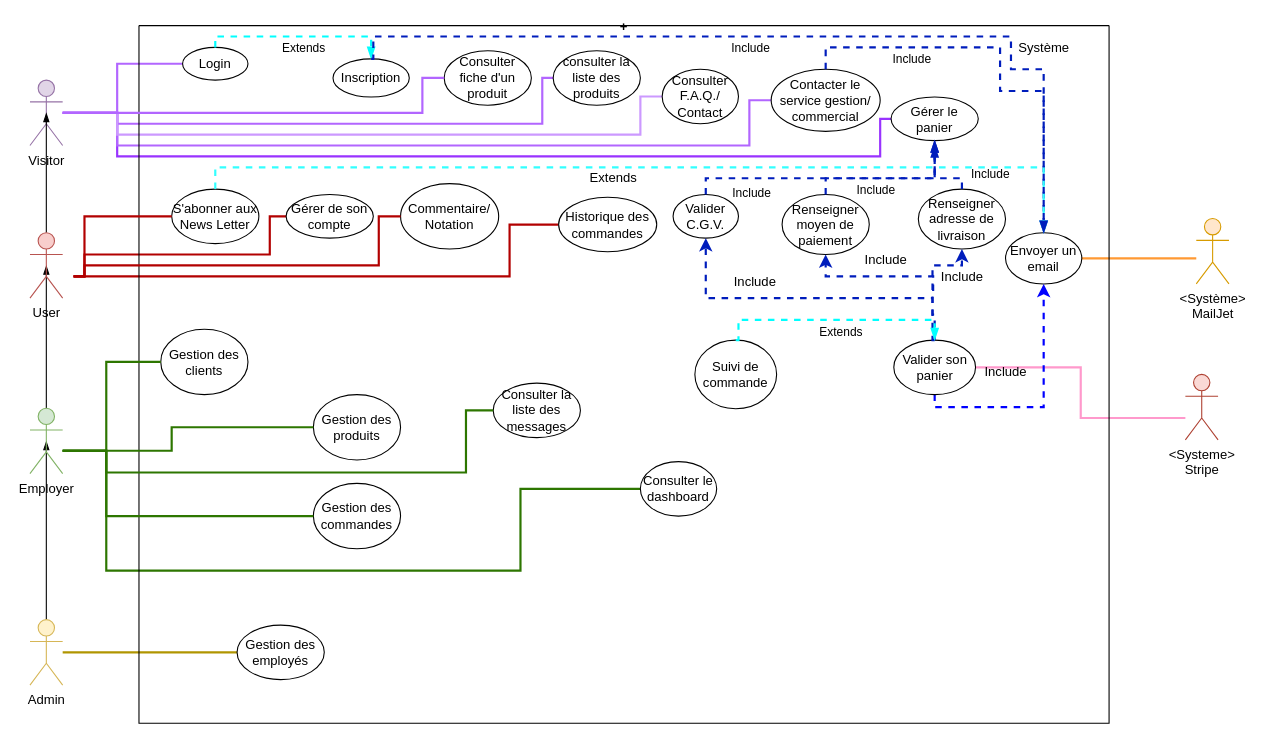
Before: use case Diagram.drawio in Aurelie1416/books-key, a draw.io diagram. Source tidied: cells renumbered, new cells numbered last; positions are measured from the earlier drawing's top-left corner, leaving out a move shared by most shapes. Both pictures are drawn from the tidied source at 109%, with x=0, y=0 at pixel (29, 25).
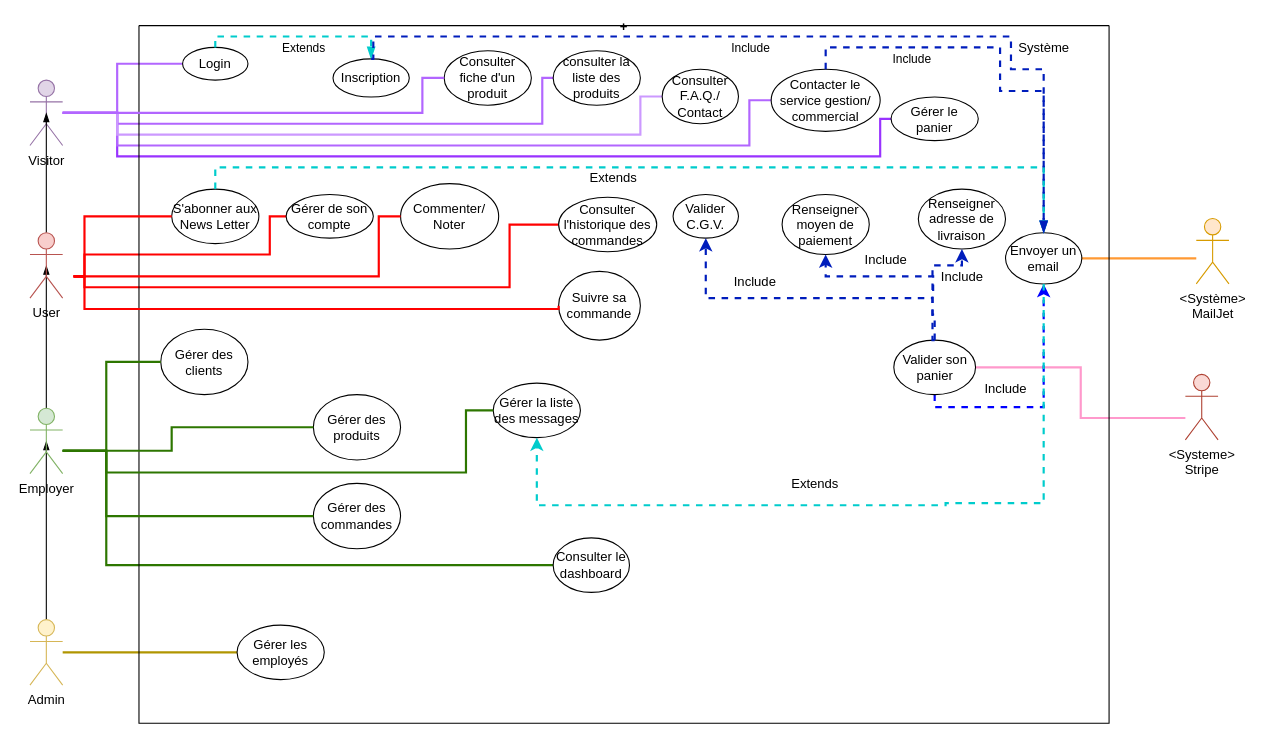
Above is the later version.

The change refers to these unchanged cells:
```xml
<mxCell id="21" value="+" style="swimlane;startSize=0;" parent="1" vertex="1">
  <mxGeometry x="100" width="890" height="640" as="geometry" />
</mxCell>
<mxCell id="23" value="Login" style="ellipse;whiteSpace=wrap;html=1;" parent="21" vertex="1">
  <mxGeometry x="40" y="20" width="60" height="30" as="geometry" />
</mxCell>
<mxCell id="24" value="Inscription" style="ellipse;whiteSpace=wrap;html=1;" parent="21" vertex="1">
  <mxGeometry x="178" y="30.5" width="70" height="35" as="geometry" />
</mxCell>
<mxCell id="35" value="Gérer le panier" style="ellipse;whiteSpace=wrap;html=1;gradientColor=#ffffff;" parent="21" vertex="1">
  <mxGeometry x="690" y="65.5" width="80" height="40" as="geometry" />
</mxCell>
<mxCell id="37" value="Renseigner moyen de paiement" style="ellipse;whiteSpace=wrap;html=1;" parent="21" vertex="1">
  <mxGeometry x="590" y="155" width="80" height="55" as="geometry" />
</mxCell>
<mxCell id="40" value="S'abonner aux News Letter" style="ellipse;whiteSpace=wrap;html=1;" parent="21" vertex="1">
  <mxGeometry x="30" y="150" width="80" height="50" as="geometry" />
</mxCell>
<mxCell id="42" value="Envoyer un email" style="ellipse;whiteSpace=wrap;html=1;" parent="21" vertex="1">
  <mxGeometry x="795" y="190" width="70" height="47" as="geometry" />
</mxCell>
<mxCell id="45" value="Renseigner adresse de livraison" style="ellipse;whiteSpace=wrap;html=1;" parent="21" vertex="1">
  <mxGeometry x="715" y="150" width="80" height="55" as="geometry" />
</mxCell>
<mxCell id="47" value="Valider C.G.V." style="ellipse;whiteSpace=wrap;html=1;" parent="21" vertex="1">
  <mxGeometry x="490" y="155" width="60" height="40" as="geometry" />
</mxCell>
<mxCell id="52" value="Valider son panier" style="ellipse;whiteSpace=wrap;html=1;" parent="21" vertex="1">
  <mxGeometry x="692.5" y="288.5" width="75" height="50" as="geometry" />
</mxCell>
<mxCell id="70" value="Gérer de son compte" style="ellipse;whiteSpace=wrap;html=1;" parent="1" vertex="1">
  <mxGeometry x="235" y="155" width="80" height="40" as="geometry" />
</mxCell>
```

The edit, as a diff of the source:
```diff
@@
     <mxCell id="3" style="edgeStyle=orthogonalEdgeStyle;rounded=0;jettySize=auto;html=1;entryX=0;entryY=0.5;entryDx=0;entryDy=0;endArrow=none;endFill=0;strokeWidth=2;fillColor=#60a917;strokeColor=#2D7600;" parent="1" edge="1" target="29">
       <mxGeometry relative="1" as="geometry">
         <mxPoint x="30" y="390" as="sourcePoint" />
         <Array as="points">
           <mxPoint x="70" y="390" />
-          <mxPoint x="70" y="500" />
-          <mxPoint x="450" y="500" />
-          <mxPoint x="450" y="425" />
+          <mxPoint x="70" y="495" />
         </Array>
       </mxGeometry>
     </mxCell>
@@
-    <mxCell id="14" style="edgeStyle=orthogonalEdgeStyle;rounded=0;jettySize=auto;html=1;entryX=0;entryY=0.5;entryDx=0;entryDy=0;endArrow=none;endFill=0;strokeWidth=2;fillColor=#e51400;strokeColor=#B20000;" parent="1" edge="1" target="39">
+    <mxCell id="14" style="edgeStyle=orthogonalEdgeStyle;rounded=0;jettySize=auto;html=1;entryX=0;entryY=0.5;entryDx=0;entryDy=0;endArrow=none;endFill=0;strokeWidth=2;fillColor=#e51400;strokeColor=#FF0000;" parent="1" edge="1" target="39">
       <mxGeometry relative="1" as="geometry">
         <mxPoint x="40" y="230" as="sourcePoint" />
         <Array as="points">
-          <mxPoint x="440" y="230" />
+          <mxPoint x="50" y="230" />
+          <mxPoint x="50" y="240" />
+          <mxPoint x="440" y="240" />
           <mxPoint x="440" y="183" />
         </Array>
       </mxGeometry>
     </mxCell>
-    <mxCell id="15" style="edgeStyle=orthogonalEdgeStyle;rounded=0;jettySize=auto;html=1;entryX=0;entryY=0.5;entryDx=0;entryDy=0;endArrow=none;endFill=0;strokeWidth=2;fillColor=#e51400;strokeColor=#B20000;" parent="1" edge="1" target="70">
+    <mxCell id="15" style="edgeStyle=orthogonalEdgeStyle;rounded=0;jettySize=auto;html=1;entryX=0;entryY=0.5;entryDx=0;entryDy=0;endArrow=none;endFill=0;strokeWidth=2;fillColor=#e51400;strokeColor=#FF0000;" parent="1" edge="1" target="70">
       <mxGeometry relative="1" as="geometry">
         <mxPoint x="40" y="230" as="sourcePoint" />
         <Array as="points">
           <mxPoint x="50" y="230" />
           <mxPoint x="50" y="210" />
           <mxPoint x="220" y="210" />
           <mxPoint x="220" y="175" />
         </Array>
       </mxGeometry>
     </mxCell>
@@
-    <mxCell id="26" value="Suivi de commande" style="ellipse;whiteSpace=wrap;html=1;" parent="21" vertex="1">
-      <mxGeometry x="510" y="288.5" width="75" height="63" as="geometry" />
+    <mxCell id="26" value="Suivre sa commande" style="ellipse;whiteSpace=wrap;html=1;" parent="21" vertex="1">
+      <mxGeometry x="385" y="225.5" width="75" height="63" as="geometry" />
     </mxCell>
-    <mxCell id="27" value="Gestion des produits" style="ellipse;whiteSpace=wrap;html=1;" parent="21" vertex="1">
+    <mxCell id="27" value="Gérer des produits" style="ellipse;whiteSpace=wrap;html=1;" parent="21" vertex="1">
       <mxGeometry x="160" y="338.5" width="80" height="60" as="geometry" />
     </mxCell>
-    <mxCell id="28" value="Gestion des commandes" style="ellipse;whiteSpace=wrap;html=1;" parent="21" vertex="1">
+    <mxCell id="28" value="Gérer des commandes" style="ellipse;whiteSpace=wrap;html=1;" parent="21" vertex="1">
       <mxGeometry x="160" y="420" width="80" height="60" as="geometry" />
     </mxCell>
     <mxCell id="29" value="Consulter le dashboard" style="ellipse;whiteSpace=wrap;html=1;" parent="21" vertex="1">
-      <mxGeometry x="460" y="400" width="70" height="50" as="geometry" />
+      <mxGeometry x="380" y="470" width="70" height="50" as="geometry" />
     </mxCell>
-    <mxCell id="30" value="Consulter la liste des messages" style="ellipse;whiteSpace=wrap;html=1;" parent="21" vertex="1">
+    <mxCell id="30" value="Gérer la liste des messages" style="ellipse;whiteSpace=wrap;html=1;" parent="21" vertex="1">
       <mxGeometry x="325" y="328" width="80" height="50" as="geometry" />
     </mxCell>
-    <mxCell id="31" value="Gestion des employés" style="ellipse;whiteSpace=wrap;html=1;" parent="21" vertex="1">
+    <mxCell id="31" value="Gérer les employés" style="ellipse;whiteSpace=wrap;html=1;" parent="21" vertex="1">
       <mxGeometry x="90" y="550" width="80" height="50" as="geometry" />
     </mxCell>
-    <mxCell id="32" value="Extends" style="endArrow=blockThin;endSize=6;endFill=1;html=1;rounded=0;exitX=0.5;exitY=0;exitDx=0;exitDy=0;dashed=1;edgeStyle=orthogonalEdgeStyle;labelPosition=center;verticalLabelPosition=top;align=center;verticalAlign=bottom;entryX=0.5;entryY=0;entryDx=0;entryDy=0;strokeWidth=2;fillColor=#1ba1e2;strokeColor=#00FFFF;" parent="21" edge="1" source="23" target="24">
+    <mxCell id="32" value="Extends" style="endArrow=blockThin;endSize=6;endFill=1;html=1;rounded=0;exitX=0.5;exitY=0;exitDx=0;exitDy=0;dashed=1;edgeStyle=orthogonalEdgeStyle;labelPosition=center;verticalLabelPosition=top;align=center;verticalAlign=bottom;entryX=0.5;entryY=0;entryDx=0;entryDy=0;strokeWidth=2;fillColor=#1ba1e2;strokeColor=#00CCCC;" parent="21" edge="1" source="23" target="24">
       <mxGeometry x="0.05" y="-20" relative="1" as="geometry">
         <Array as="points">
           <mxPoint x="70" y="10" />
           <mxPoint x="213" y="10" />
         </Array>
       </mxGeometry>
     </mxCell>
-    <mxCell id="33" value="Gestion des clients" style="ellipse;whiteSpace=wrap;html=1;" parent="21" vertex="1">
+    <mxCell id="33" value="Gérer des clients" style="ellipse;whiteSpace=wrap;html=1;" parent="21" vertex="1">
       <mxGeometry x="20" y="278.5" width="80" height="60" as="geometry" />
     </mxCell>
@@
-    <mxCell id="38" value="Commentaire/ Notation" style="ellipse;whiteSpace=wrap;html=1;" parent="21" vertex="1">
+    <mxCell id="38" value="Commenter/ Noter" style="ellipse;whiteSpace=wrap;html=1;" parent="21" vertex="1">
       <mxGeometry x="240" y="145" width="90" height="60" as="geometry" />
     </mxCell>
-    <mxCell id="39" value="Historique des commandes" style="ellipse;whiteSpace=wrap;html=1;" parent="21" vertex="1">
+    <mxCell id="39" value="Consulter l'historique des commandes" style="ellipse;whiteSpace=wrap;html=1;" parent="21" vertex="1">
       <mxGeometry x="385" y="157.5" width="90" height="50" as="geometry" />
     </mxCell>
@@
-    <mxCell id="46" value="Include" style="endArrow=blockThin;endSize=6;endFill=1;html=1;rounded=0;dashed=1;labelPosition=center;verticalLabelPosition=top;align=center;verticalAlign=bottom;edgeStyle=orthogonalEdgeStyle;strokeWidth=2;fillColor=#0050ef;strokeColor=#001DBC;startArrow=none;exitX=0.5;exitY=0;exitDx=0;exitDy=0;" parent="21" edge="1" source="37">
-      <mxGeometry x="-0.16" y="-20" relative="1" as="geometry">
-        <mxPoint x="730" y="110" as="targetPoint" />
-        <Array as="points">
-          <mxPoint x="630" y="140" />
-          <mxPoint x="730" y="140" />
-        </Array>
-      </mxGeometry>
-    </mxCell>
@@
-    <mxCell id="48" value="Include" style="endArrow=blockThin;endSize=6;endFill=1;html=1;rounded=0;dashed=1;labelPosition=center;verticalLabelPosition=top;align=center;verticalAlign=bottom;edgeStyle=orthogonalEdgeStyle;exitX=0.5;exitY=0;exitDx=0;exitDy=0;entryX=0.5;entryY=1;entryDx=0;entryDy=0;strokeWidth=2;fillColor=#0050ef;strokeColor=#001DBC;startArrow=none;" parent="21" edge="1" source="45" target="35">
-      <mxGeometry x="-0.84" y="-21" relative="1" as="geometry">
-        <Array as="points">
-          <mxPoint x="755" y="140" />
-          <mxPoint x="730" y="140" />
-        </Array>
-        <mxPoint x="5" y="1" as="offset" />
-      </mxGeometry>
-    </mxCell>
@@
-    <mxCell id="50" value="Include" style="endArrow=blockThin;endSize=6;endFill=1;html=1;rounded=0;dashed=1;labelPosition=center;verticalLabelPosition=top;align=center;verticalAlign=bottom;edgeStyle=orthogonalEdgeStyle;entryX=0.5;entryY=1;entryDx=0;entryDy=0;strokeWidth=2;fillColor=#0050ef;strokeColor=#001DBC;startArrow=none;exitX=0.5;exitY=0;exitDx=0;exitDy=0;" parent="21" edge="1" source="47" target="35">
-      <mxGeometry x="-0.57" y="-22" relative="1" as="geometry">
-        <Array as="points">
-          <mxPoint x="520" y="140" />
-          <mxPoint x="730" y="140" />
-        </Array>
-        <mxPoint x="1" y="1" as="offset" />
-      </mxGeometry>
-    </mxCell>
@@
     <mxCell id="59" value="Include" style="text;html=1;align=center;verticalAlign=middle;strokeColor=none;fillColor=none;" parent="21" vertex="1">
-      <mxGeometry x="770" y="308" width="50" height="20" as="geometry" />
+      <mxGeometry x="770" y="324" width="50" height="20" as="geometry" />
     </mxCell>
-    <mxCell id="60" value="Extends" style="endArrow=blockThin;endSize=6;endFill=1;html=1;rounded=0;exitX=0.5;exitY=0;exitDx=0;exitDy=0;dashed=1;edgeStyle=orthogonalEdgeStyle;labelPosition=center;verticalLabelPosition=top;align=center;verticalAlign=bottom;entryX=0.5;entryY=0;entryDx=0;entryDy=0;strokeWidth=2;fillColor=#1ba1e2;strokeColor=#00FFFF;" parent="21" edge="1" source="26" target="52">
-      <mxGeometry x="0.05" y="-20" relative="1" as="geometry">
-        <Array as="points">
-          <mxPoint x="550" y="289" />
-          <mxPoint x="550" y="270" />
-          <mxPoint x="730" y="270" />
-        </Array>
-      </mxGeometry>
-    </mxCell>
@@
+    <mxCell id="71" style="edgeStyle=orthogonalEdgeStyle;rounded=0;jettySize=auto;html=1;dashed=1;endArrow=classic;endFill=1;endSize=6;strokeColor=#00CCCC;strokeWidth=2;exitX=0.5;exitY=1;exitDx=0;exitDy=0;entryX=0.5;entryY=1;entryDx=0;entryDy=0;" parent="21" edge="1" source="42" target="30">
+      <mxGeometry relative="1" as="geometry">
+        <Array as="points">
+          <mxPoint x="830" y="438" />
+          <mxPoint x="740" y="438" />
+          <mxPoint x="740" y="440" />
+          <mxPoint x="365" y="440" />
+        </Array>
+      </mxGeometry>
+    </mxCell>
+    <mxCell id="60" value="Extends" style="text;html=1;align=center;verticalAlign=middle;strokeColor=none;fillColor=none;" parent="21" vertex="1">
+      <mxGeometry x="590" y="411" width="60" height="20" as="geometry" />
+    </mxCell>
-    <mxCell id="65" style="edgeStyle=orthogonalEdgeStyle;rounded=0;jettySize=auto;html=1;endArrow=none;endFill=0;strokeWidth=2;fillColor=#e51400;strokeColor=#B20000;startArrow=none;entryX=0;entryY=0.5;entryDx=0;entryDy=0;" parent="1" edge="1" target="38">
+    <mxCell id="65" style="edgeStyle=orthogonalEdgeStyle;rounded=0;jettySize=auto;html=1;endArrow=none;endFill=0;strokeWidth=2;fillColor=#e51400;strokeColor=#FF0000;startArrow=none;entryX=0;entryY=0.5;entryDx=0;entryDy=0;" parent="1" edge="1" target="38">
       <mxGeometry relative="1" as="geometry">
         <mxPoint x="40" y="230" as="sourcePoint" />
         <Array as="points">
-          <mxPoint x="50" y="230" />
-          <mxPoint x="50" y="220" />
-          <mxPoint x="320" y="220" />
+          <mxPoint x="320" y="230" />
           <mxPoint x="320" y="175" />
         </Array>
       </mxGeometry>
     </mxCell>
-    <mxCell id="66" style="edgeStyle=orthogonalEdgeStyle;rounded=0;jettySize=auto;html=1;endArrow=none;endFill=0;strokeWidth=2;fillColor=#e51400;strokeColor=#B20000;startArrow=none;exitX=0;exitY=0.5;exitDx=0;exitDy=0;" parent="1" edge="1" source="40">
+    <mxCell id="66" style="edgeStyle=orthogonalEdgeStyle;rounded=0;jettySize=auto;html=1;endArrow=none;endFill=0;strokeWidth=2;fillColor=#e51400;strokeColor=#FF0000;startArrow=none;exitX=0;exitY=0.5;exitDx=0;exitDy=0;" parent="1" edge="1" source="40">
       <mxGeometry relative="1" as="geometry">
         <mxPoint x="40" y="230" as="targetPoint" />
         <Array as="points">
           <mxPoint x="50" y="175" />
           <mxPoint x="50" y="230" />
         </Array>
       </mxGeometry>
     </mxCell>
@@
-    <mxCell id="68" style="edgeStyle=orthogonalEdgeStyle;rounded=0;orthogonalLoop=1;jettySize=auto;html=1;dashed=1;endArrow=blockThin;endFill=1;endSize=6;strokeColor=#33FFFF;strokeWidth=2;" parent="1" edge="1">
+    <mxCell id="68" style="edgeStyle=orthogonalEdgeStyle;rounded=0;orthogonalLoop=1;jettySize=auto;html=1;dashed=1;endArrow=blockThin;endFill=1;endSize=6;strokeColor=#00CCCC;strokeWidth=2;" parent="1" edge="1">
       <mxGeometry relative="1" as="geometry">
         <mxPoint x="170" y="150" as="sourcePoint" />
         <mxPoint x="930" y="190" as="targetPoint" />
         <Array as="points">
           <mxPoint x="170" y="130" />
           <mxPoint x="930" y="130" />
         </Array>
       </mxGeometry>
     </mxCell>
@@
+    <mxCell id="72" style="edgeStyle=orthogonalEdgeStyle;rounded=0;jettySize=auto;html=1;fontSize=12;endArrow=none;endFill=0;endSize=6;strokeColor=#FF0000;strokeWidth=2;exitX=0;exitY=0.5;exitDx=0;exitDy=0;" parent="1" edge="1" source="26">
+      <mxGeometry relative="1" as="geometry">
+        <mxPoint x="40" y="230" as="targetPoint" />
+        <Array as="points">
+          <mxPoint x="485" y="260" />
+          <mxPoint x="50" y="260" />
+          <mxPoint x="50" y="230" />
+        </Array>
+      </mxGeometry>
+    </mxCell>
```
